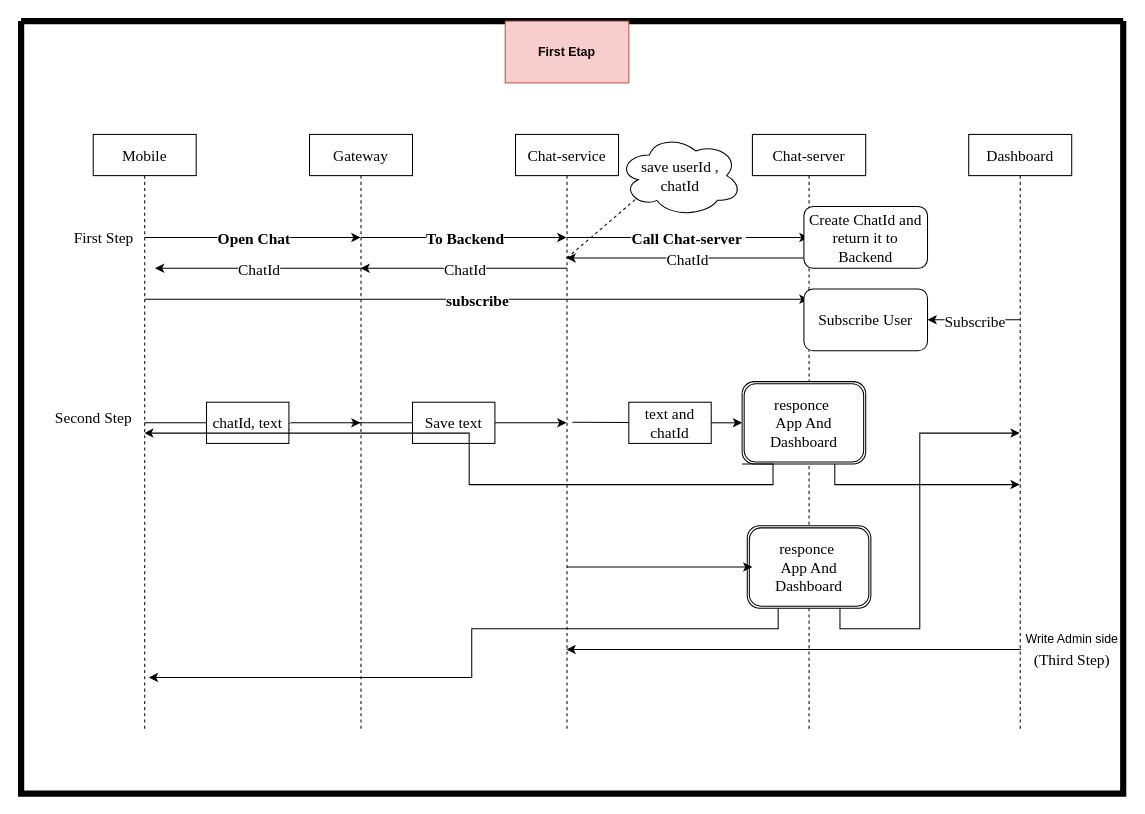
Sanjarbekk/draw keeps this draw.io diagram as draw/src/char-server.drawio. Above is the earlier version. Source tidied: cells renumbered, new cells numbered last; positions are measured from the earlier drawing's top-left corner, leaving out a move shared by most shapes. Both pictures are drawn from the tidied source at 103%, with x=0, y=0 at pixel (21, 21).
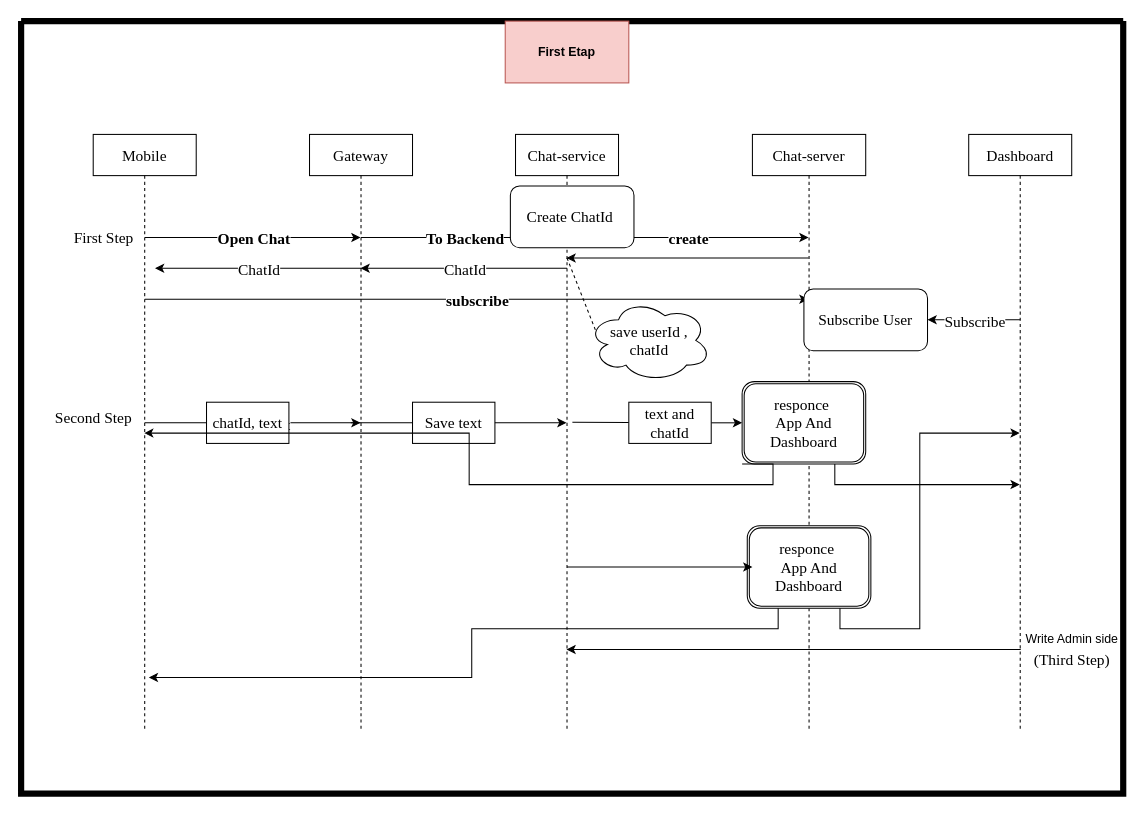
The same page after the edit.

Unchanged cells that the change refers to:
```xml
<mxCell id="10" value="Chat-service" style="shape=umlLifeline;perimeter=lifelinePerimeter;whiteSpace=wrap;html=1;outlineConnect=0;fontFamily=Times New Roman;fontSize=15;" parent="1" vertex="1">
  <mxGeometry x="480" y="110" width="100" height="580" as="geometry" />
</mxCell>
<mxCell id="11" style="endArrow=classic;html=1;rounded=0;fontFamily=Times New Roman;fontSize=15;" parent="10" edge="1" target="15">
  <mxGeometry relative="1" as="geometry">
    <mxPoint x="50" y="100" as="sourcePoint" />
  </mxGeometry>
</mxCell>
<mxCell id="20" style="endArrow=classic;html=1;rounded=0;fontFamily=Times New Roman;fontSize=15;" parent="1" edge="1" source="15" target="10">
  <mxGeometry relative="1" as="geometry">
    <Array as="points">
      <mxPoint x="680" y="230" />
    </Array>
  </mxGeometry>
</mxCell>
<mxCell id="45" style="swimlane;startSize=0;strokeWidth=6;" parent="1" vertex="1">
  <mxGeometry width="1070" height="750" as="geometry" />
</mxCell>
```

Change to the diagram source:
```diff
@@
-    <mxCell id="12" value="&lt;b style=&quot;font-size: 15px;&quot;&gt;Call Chat-server&amp;nbsp;&lt;/b&gt;" style="edgeLabel;html=1;align=center;verticalAlign=middle;fontFamily=Times New Roman;fontSize=15;" parent="11" vertex="1">
+    <mxCell id="12" value="&lt;b&gt;create&lt;/b&gt;" style="edgeLabel;html=1;align=center;verticalAlign=middle;fontFamily=Times New Roman;fontSize=15;" parent="11" vertex="1">
       <mxGeometry relative="1" as="geometry" />
     </mxCell>
-    <mxCell id="13" style="endArrow=none;dashed=1;html=1;rounded=0;fontFamily=Times New Roman;fontSize=15;" parent="10" edge="1">
+    <mxCell id="13" style="endArrow=none;dashed=1;html=1;rounded=0;fontFamily=Times New Roman;fontSize=15;entryX=0.07;entryY=0.4;entryDx=0;entryDy=0;entryPerimeter=0;" parent="10" edge="1" target="23">
       <mxGeometry relative="1" as="geometry">
         <mxPoint x="50" y="120" as="sourcePoint" />
-        <mxPoint x="120" y="60" as="targetPoint" />
       </mxGeometry>
     </mxCell>
@@
-    <mxCell id="21" value="ChatId" style="edgeLabel;html=1;align=center;verticalAlign=middle;fontFamily=Times New Roman;fontSize=15;" parent="20" vertex="1">
-      <mxGeometry relative="1" as="geometry" />
-    </mxCell>
-    <mxCell id="22" value="Create ChatId and return it to Backend" style="rounded=1;whiteSpace=wrap;html=1;fontFamily=Times New Roman;fontSize=15;" parent="1" vertex="1">
-      <mxGeometry x="760" y="180" width="120" height="60" as="geometry" />
-    </mxCell>
-    <mxCell id="23" value="save userId ,&lt;br style=&quot;font-size: 15px;&quot;&gt;chatId" style="ellipse;shape=cloud;whiteSpace=wrap;html=1;fontFamily=Times New Roman;fontSize=15;" parent="1" vertex="1">
-      <mxGeometry x="580" y="110" width="120" height="80" as="geometry" />
-    </mxCell>
@@
+    <mxCell id="23" value="save userId ,&lt;br style=&quot;font-size: 15px;&quot;&gt;chatId" style="ellipse;shape=cloud;whiteSpace=wrap;html=1;fontFamily=Times New Roman;fontSize=15;" parent="45" vertex="1">
+      <mxGeometry x="550" y="270" width="120" height="80" as="geometry" />
+    </mxCell>
+    <mxCell id="22" value="Create ChatId&amp;nbsp;" style="rounded=1;whiteSpace=wrap;html=1;fontFamily=Times New Roman;fontSize=15;" parent="45" vertex="1">
+      <mxGeometry x="475" y="160" width="120" height="60" as="geometry" />
+    </mxCell>
```
